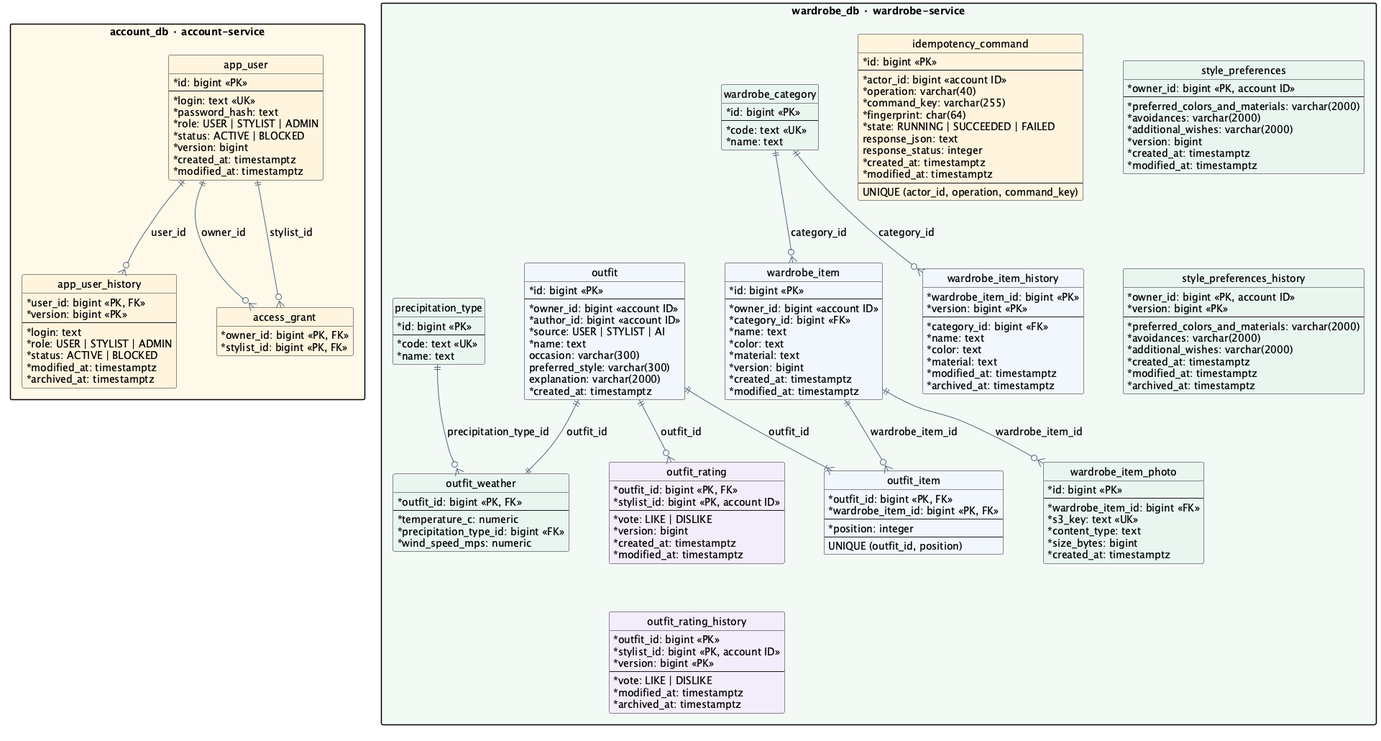
Before: docs/lab2/diagrams/data.png, a diagram exported from PlantUML (SimeonGor/clothes-advisor).
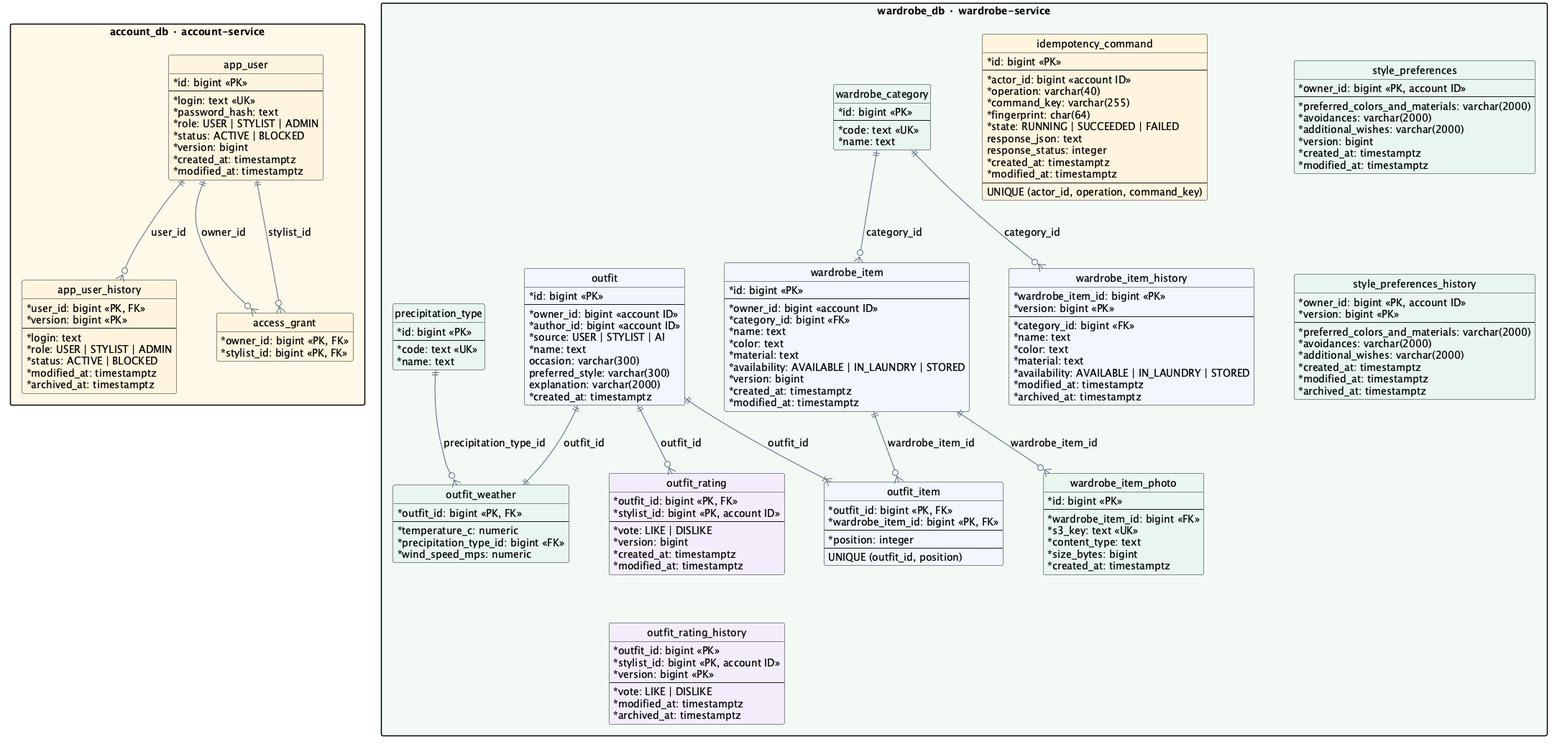
Above is the later version.

Commit message:
docs(lab2): describe item availability and selection checks

Diff of the diagram source:
```diff
@@ -95,6 +95,7 @@
     * name: text
     * color: text
     * material: text
+    * availability: AVAILABLE | IN_LAUNDRY | STORED
     * version: bigint
     * created_at: timestamptz
     * modified_at: timestamptz
@@ -107,6 +108,7 @@
     * name: text
     * color: text
     * material: text
+    * availability: AVAILABLE | IN_LAUNDRY | STORED
     * modified_at: timestamptz
     * archived_at: timestamptz
   }
```
